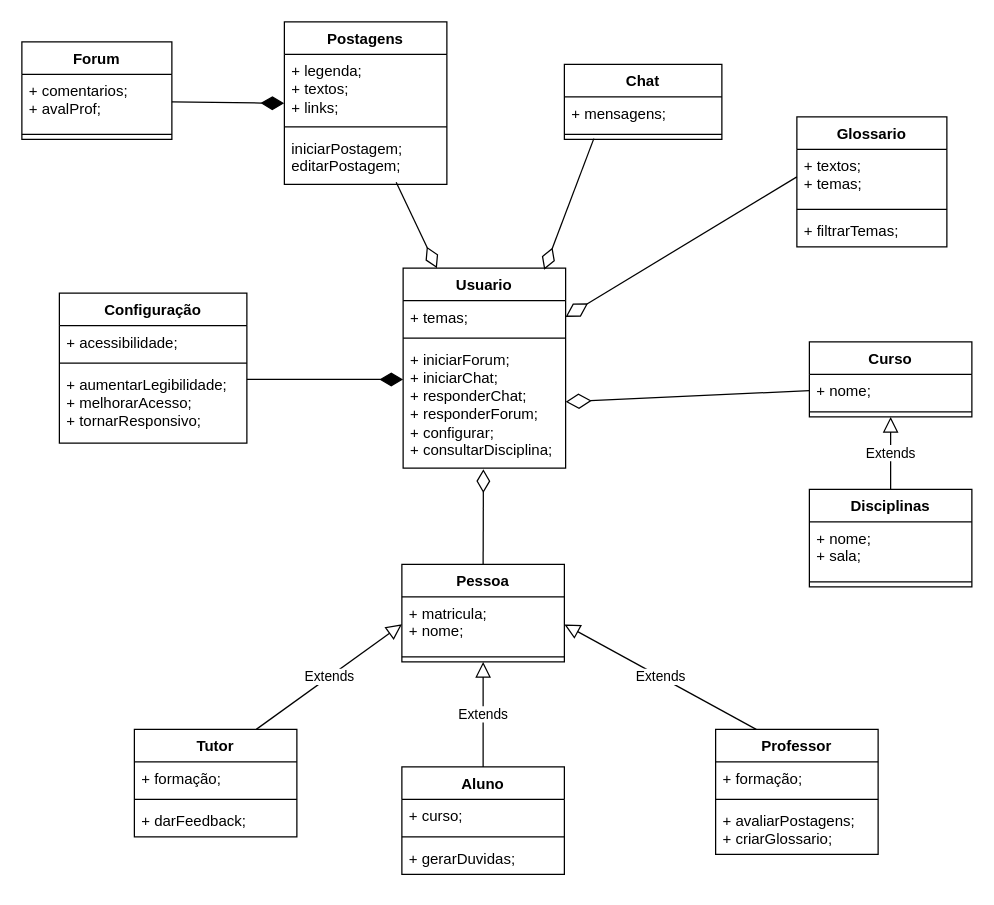
Earlier version of the draw.io diagram Diagrama Relacional.drawio (arianamesquita/IFCoders). Source tidied: cells renumbered, new cells numbered last; positions are measured from the earlier drawing's top-left corner, leaving out a move shared by most shapes. Both pictures are drawn from the tidied source at 125%, with x=0, y=0 at pixel (21, 21).
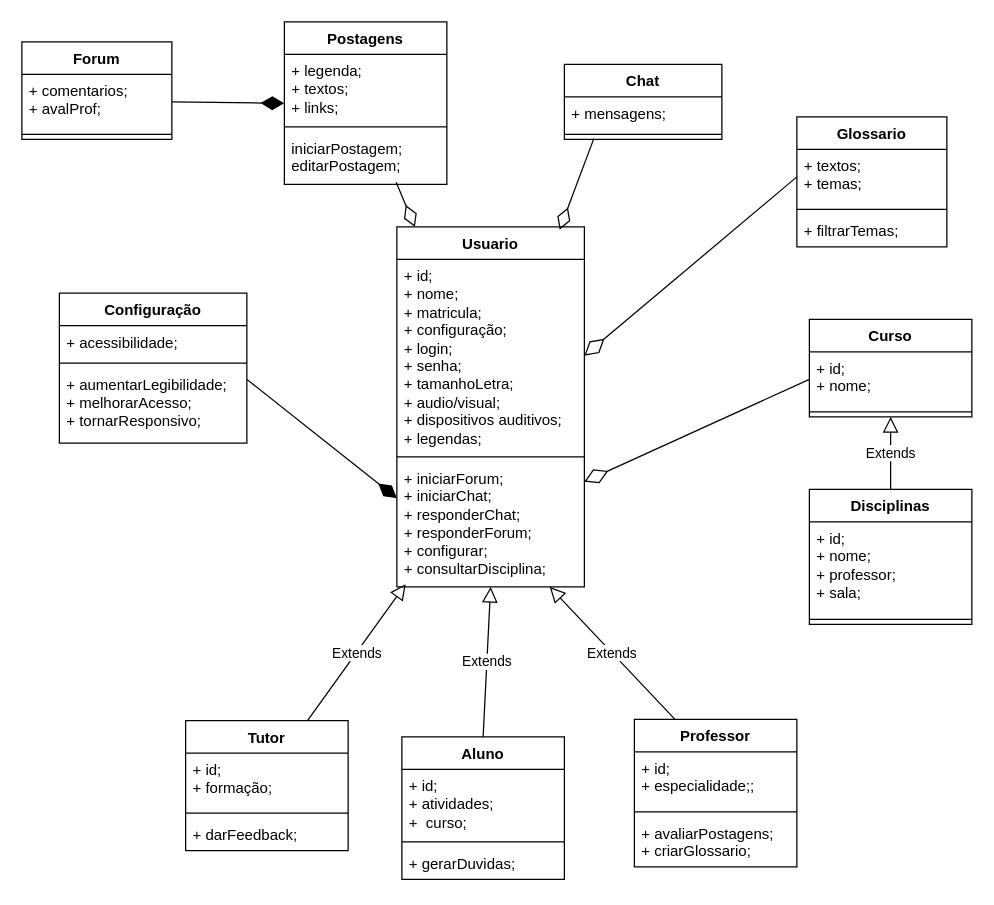
The same page after the edit.

Diff of the diagram source:
```diff
@@
     <mxCell id="2" value="Aluno" style="swimlane;fontStyle=1;align=center;verticalAlign=top;horizontal=1;startSize=26;whiteSpace=wrap;html=1;" parent="1" vertex="1">
-      <mxGeometry x="304" y="596" width="130" height="86" as="geometry" />
+      <mxGeometry x="304" y="572" width="130" height="114" as="geometry" />
     </mxCell>
-    <mxCell id="3" value="+ curso;" style="text;strokeColor=none;fillColor=none;align=left;verticalAlign=top;spacingLeft=4;spacingRight=4;overflow=hidden;whiteSpace=wrap;html=1;" parent="2" vertex="1">
-      <mxGeometry y="26" width="130" height="26" as="geometry" />
+    <mxCell id="3" value="+ id;&lt;br&gt;+ atividades;&lt;br&gt;+&amp;nbsp; curso;" style="text;strokeColor=none;fillColor=none;align=left;verticalAlign=top;spacingLeft=4;spacingRight=4;overflow=hidden;whiteSpace=wrap;html=1;" parent="2" vertex="1">
+      <mxGeometry y="26" width="130" height="54" as="geometry" />
     </mxCell>
     <mxCell id="4" style="line;strokeWidth=1;fillColor=none;align=left;verticalAlign=middle;spacingTop=-1;spacingLeft=3;spacingRight=3;labelPosition=right;strokeColor=inherit;" parent="2" vertex="1">
-      <mxGeometry y="52" width="130" height="8" as="geometry" />
+      <mxGeometry y="80" width="130" height="8" as="geometry" />
     </mxCell>
     <mxCell id="5" value="+ gerarDuvidas;" style="text;strokeColor=none;fillColor=none;align=left;verticalAlign=top;spacingLeft=4;spacingRight=4;overflow=hidden;whiteSpace=wrap;html=1;" parent="2" vertex="1">
-      <mxGeometry y="60" width="130" height="26" as="geometry" />
+      <mxGeometry y="88" width="130" height="26" as="geometry" />
     </mxCell>
     <mxCell id="6" value="Usuario" style="swimlane;fontStyle=1;align=center;verticalAlign=top;horizontal=1;startSize=26;whiteSpace=wrap;html=1;" parent="1" vertex="1">
-      <mxGeometry x="305" y="197" width="130" height="160" as="geometry" />
+      <mxGeometry x="300" y="164" width="150" height="288" as="geometry" />
     </mxCell>
-    <mxCell id="7" value="+ temas;" style="text;strokeColor=none;fillColor=none;align=left;verticalAlign=top;spacingLeft=4;spacingRight=4;overflow=hidden;points=[[0,0.5],[1,0.5]];portConstraint=eastwest;whiteSpace=wrap;html=1;" parent="6" vertex="1">
-      <mxGeometry y="26" width="130" height="26" as="geometry" />
+    <mxCell id="7" value="+ id;&lt;br&gt;+ nome;&lt;br&gt;+ matricula;&lt;br&gt;+ configuração;&lt;br&gt;+ login;&lt;br&gt;+ senha;&lt;br&gt;+ tamanhoLetra;&lt;br&gt;+ audio/visual;&lt;br&gt;+ dispositivos auditivos;&lt;br&gt;+ legendas;" style="text;strokeColor=none;fillColor=none;align=left;verticalAlign=top;spacingLeft=4;spacingRight=4;overflow=hidden;points=[[0,0.5],[1,0.5]];portConstraint=eastwest;whiteSpace=wrap;html=1;" parent="6" vertex="1">
+      <mxGeometry y="26" width="150" height="154" as="geometry" />
     </mxCell>
     <mxCell id="8" style="line;strokeWidth=1;fillColor=none;align=left;verticalAlign=middle;spacingTop=-1;spacingLeft=3;spacingRight=3;labelPosition=right;strokeColor=inherit;" parent="6" vertex="1">
-      <mxGeometry y="52" width="130" height="8" as="geometry" />
+      <mxGeometry y="180" width="150" height="8" as="geometry" />
     </mxCell>
     <mxCell id="9" value="+ iniciarForum;&lt;br&gt;+ iniciarChat;&lt;br&gt;+ responderChat;&lt;br&gt;+ responderForum;&lt;br&gt;+ configurar;&lt;br&gt;+ consultarDisciplina;" style="text;strokeColor=none;fillColor=none;align=left;verticalAlign=top;spacingLeft=4;spacingRight=4;overflow=hidden;points=[[0,0.5],[1,0.5]];portConstraint=eastwest;whiteSpace=wrap;html=1;" parent="6" vertex="1">
-      <mxGeometry y="60" width="130" height="100" as="geometry" />
+      <mxGeometry y="188" width="150" height="100" as="geometry" />
     </mxCell>
-    <mxCell id="10" value="Pessoa" style="swimlane;fontStyle=1;align=center;verticalAlign=top;horizontal=1;startSize=26;whiteSpace=wrap;html=1;" parent="1" vertex="1">
-      <mxGeometry x="304" y="434" width="130" height="78" as="geometry" />
-    </mxCell>
-    <mxCell id="11" value="+ matricula;&lt;br&gt;+ nome;" style="text;strokeColor=none;fillColor=none;align=left;verticalAlign=top;spacingLeft=4;spacingRight=4;overflow=hidden;points=[[0,0.5],[1,0.5]];portConstraint=eastwest;whiteSpace=wrap;html=1;" parent="10" vertex="1">
-      <mxGeometry y="26" width="130" height="44" as="geometry" />
-    </mxCell>
-    <mxCell id="12" style="line;strokeWidth=1;fillColor=none;align=left;verticalAlign=middle;spacingTop=-1;spacingLeft=3;spacingRight=3;labelPosition=right;strokeColor=inherit;" parent="10" vertex="1">
-      <mxGeometry y="70" width="130" height="8" as="geometry" />
-    </mxCell>
     <mxCell id="13" value="Tutor" style="swimlane;fontStyle=1;align=center;verticalAlign=top;horizontal=1;startSize=26;whiteSpace=wrap;html=1;" parent="1" vertex="1">
-      <mxGeometry x="90" y="566" width="130" height="86" as="geometry" />
+      <mxGeometry x="131" y="559" width="130" height="104" as="geometry" />
     </mxCell>
-    <mxCell id="14" value="+ formação;" style="text;strokeColor=none;fillColor=none;align=left;verticalAlign=top;spacingLeft=4;spacingRight=4;overflow=hidden;whiteSpace=wrap;html=1;" parent="13" vertex="1">
-      <mxGeometry y="26" width="130" height="26" as="geometry" />
+    <mxCell id="14" value="+ id;&lt;br&gt;+ formação;" style="text;strokeColor=none;fillColor=none;align=left;verticalAlign=top;spacingLeft=4;spacingRight=4;overflow=hidden;whiteSpace=wrap;html=1;" parent="13" vertex="1">
+      <mxGeometry y="26" width="130" height="44" as="geometry" />
     </mxCell>
     <mxCell id="15" style="line;strokeWidth=1;fillColor=none;align=left;verticalAlign=middle;spacingTop=-1;spacingLeft=3;spacingRight=3;labelPosition=right;strokeColor=inherit;" parent="13" vertex="1">
-      <mxGeometry y="52" width="130" height="8" as="geometry" />
+      <mxGeometry y="70" width="130" height="8" as="geometry" />
     </mxCell>
     <mxCell id="16" value="+ darFeedback;" style="text;strokeColor=none;fillColor=none;align=left;verticalAlign=top;spacingLeft=4;spacingRight=4;overflow=hidden;whiteSpace=wrap;html=1;" parent="13" vertex="1">
-      <mxGeometry y="60" width="130" height="26" as="geometry" />
+      <mxGeometry y="78" width="130" height="26" as="geometry" />
     </mxCell>
     <mxCell id="17" value="Professor" style="swimlane;fontStyle=1;align=center;verticalAlign=top;horizontal=1;startSize=26;whiteSpace=wrap;html=1;" parent="1" vertex="1">
-      <mxGeometry x="555" y="566" width="130" height="100" as="geometry" />
+      <mxGeometry x="490" y="558" width="130" height="118" as="geometry" />
     </mxCell>
-    <mxCell id="18" value="+ formação;" style="text;strokeColor=none;fillColor=none;align=left;verticalAlign=top;spacingLeft=4;spacingRight=4;overflow=hidden;whiteSpace=wrap;html=1;" parent="17" vertex="1">
-      <mxGeometry y="26" width="130" height="26" as="geometry" />
+    <mxCell id="18" value="+ id;&lt;br&gt;+ especialidade;;" style="text;strokeColor=none;fillColor=none;align=left;verticalAlign=top;spacingLeft=4;spacingRight=4;overflow=hidden;whiteSpace=wrap;html=1;" parent="17" vertex="1">
+      <mxGeometry y="26" width="130" height="44" as="geometry" />
     </mxCell>
     <mxCell id="19" style="line;strokeWidth=1;fillColor=none;align=left;verticalAlign=middle;spacingTop=-1;spacingLeft=3;spacingRight=3;labelPosition=right;strokeColor=inherit;" parent="17" vertex="1">
-      <mxGeometry y="52" width="130" height="8" as="geometry" />
+      <mxGeometry y="70" width="130" height="8" as="geometry" />
     </mxCell>
     <mxCell id="20" value="+ avaliarPostagens;&lt;br&gt;+ criarGlossario;" style="text;strokeColor=none;fillColor=none;align=left;verticalAlign=top;spacingLeft=4;spacingRight=4;overflow=hidden;whiteSpace=wrap;html=1;" parent="17" vertex="1">
-      <mxGeometry y="60" width="130" height="40" as="geometry" />
+      <mxGeometry y="78" width="130" height="40" as="geometry" />
     </mxCell>
-    <mxCell id="21" value="Extends" style="endArrow=block;endSize=10;endFill=0;html=1;rounded=0;exitX=0.75;exitY=0;exitDx=0;exitDy=0;entryX=0;entryY=0.5;entryDx=0;entryDy=0;" parent="1" edge="1" source="13" target="11">
+    <mxCell id="21" value="Extends" style="endArrow=block;endSize=10;endFill=0;html=1;rounded=0;exitX=0.75;exitY=0;exitDx=0;exitDy=0;entryX=0.047;entryY=0.978;entryDx=0;entryDy=0;entryPerimeter=0;" parent="1" edge="1" source="13" target="9">
       <mxGeometry relative="1" as="geometry" />
     </mxCell>
-    <mxCell id="22" value="Extends" style="endArrow=block;endSize=10;endFill=0;html=1;rounded=0;exitX=0.5;exitY=0;exitDx=0;exitDy=0;entryX=0.5;entryY=1;entryDx=0;entryDy=0;" parent="1" edge="1" source="2" target="10">
+    <mxCell id="22" value="Extends" style="endArrow=block;endSize=10;endFill=0;html=1;rounded=0;exitX=0.5;exitY=0;exitDx=0;exitDy=0;entryX=0.5;entryY=1;entryDx=0;entryDy=0;" parent="1" edge="1" source="2" target="6">
       <mxGeometry relative="1" as="geometry" />
     </mxCell>
-    <mxCell id="23" value="Extends" style="endArrow=block;endSize=10;endFill=0;html=1;rounded=0;exitX=0.25;exitY=0;exitDx=0;exitDy=0;entryX=1;entryY=0.5;entryDx=0;entryDy=0;" parent="1" edge="1" source="17" target="11">
+    <mxCell id="23" value="Extends" style="endArrow=block;endSize=10;endFill=0;html=1;rounded=0;exitX=0.25;exitY=0;exitDx=0;exitDy=0;" parent="1" edge="1" source="17" target="9">
       <mxGeometry relative="1" as="geometry" />
     </mxCell>
-    <mxCell id="24" style="endArrow=diamondThin;endFill=0;endSize=16;html=1;rounded=0;exitX=0.5;exitY=0;exitDx=0;exitDy=0;entryX=0.494;entryY=1.009;entryDx=0;entryDy=0;entryPerimeter=0;" parent="1" edge="1" source="10" target="9">
-      <mxGeometry relative="1" as="geometry" />
-    </mxCell>
@@
     <mxCell id="48" value="Curso" style="swimlane;fontStyle=1;align=center;verticalAlign=top;horizontal=1;startSize=26;whiteSpace=wrap;html=1;" parent="1" vertex="1">
-      <mxGeometry x="630" y="256" width="130" height="60" as="geometry" />
+      <mxGeometry x="630" y="238" width="130" height="78" as="geometry" />
     </mxCell>
-    <mxCell id="49" value="+ nome;" style="text;strokeColor=none;fillColor=none;align=left;verticalAlign=top;spacingLeft=4;spacingRight=4;overflow=hidden;points=[[0,0.5],[1,0.5]];portConstraint=eastwest;whiteSpace=wrap;html=1;" parent="48" vertex="1">
-      <mxGeometry y="26" width="130" height="26" as="geometry" />
+    <mxCell id="49" value="+ id;&lt;br&gt;+ nome;" style="text;strokeColor=none;fillColor=none;align=left;verticalAlign=top;spacingLeft=4;spacingRight=4;overflow=hidden;points=[[0,0.5],[1,0.5]];portConstraint=eastwest;whiteSpace=wrap;html=1;" parent="48" vertex="1">
+      <mxGeometry y="26" width="130" height="44" as="geometry" />
     </mxCell>
     <mxCell id="50" style="line;strokeWidth=1;fillColor=none;align=left;verticalAlign=middle;spacingTop=-1;spacingLeft=3;spacingRight=3;labelPosition=right;strokeColor=inherit;" parent="48" vertex="1">
-      <mxGeometry y="52" width="130" height="8" as="geometry" />
+      <mxGeometry y="70" width="130" height="8" as="geometry" />
     </mxCell>
     <mxCell id="51" value="Disciplinas" style="swimlane;fontStyle=1;align=center;verticalAlign=top;horizontal=1;startSize=26;whiteSpace=wrap;html=1;" parent="1" vertex="1">
-      <mxGeometry x="630" y="374" width="130" height="78" as="geometry" />
+      <mxGeometry x="630" y="374" width="130" height="108" as="geometry" />
     </mxCell>
-    <mxCell id="52" value="+ nome;&lt;br&gt;+ sala;" style="text;strokeColor=none;fillColor=none;align=left;verticalAlign=top;spacingLeft=4;spacingRight=4;overflow=hidden;whiteSpace=wrap;html=1;" parent="51" vertex="1">
-      <mxGeometry y="26" width="130" height="44" as="geometry" />
+    <mxCell id="52" value="+ id;&lt;br&gt;+ nome;&lt;br&gt;+ professor;&lt;br&gt;+ sala;" style="text;strokeColor=none;fillColor=none;align=left;verticalAlign=top;spacingLeft=4;spacingRight=4;overflow=hidden;whiteSpace=wrap;html=1;" parent="51" vertex="1">
+      <mxGeometry y="26" width="130" height="74" as="geometry" />
     </mxCell>
     <mxCell id="53" style="line;strokeWidth=1;fillColor=none;align=left;verticalAlign=middle;spacingTop=-1;spacingLeft=3;spacingRight=3;labelPosition=right;strokeColor=inherit;" parent="51" vertex="1">
-      <mxGeometry y="70" width="130" height="8" as="geometry" />
+      <mxGeometry y="100" width="130" height="8" as="geometry" />
     </mxCell>
```
